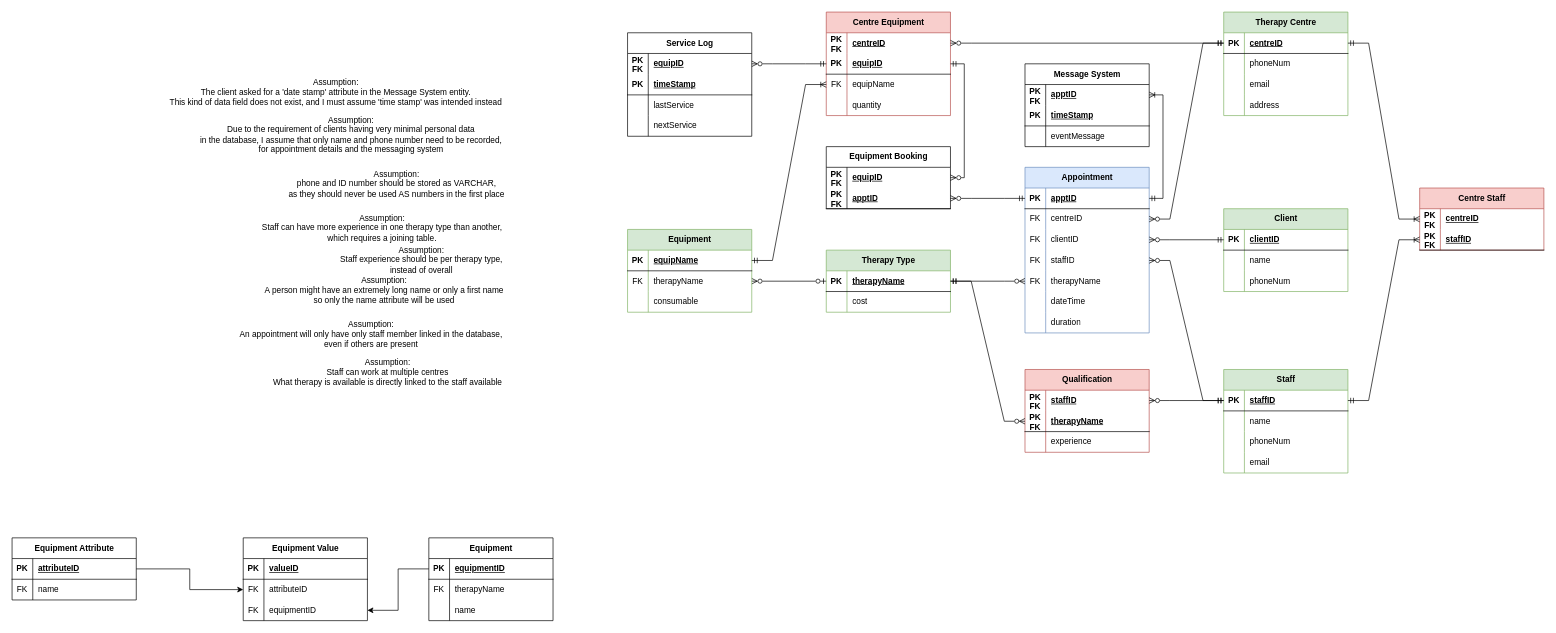
This is Task3a.drawio from Cowsox/Cowsox, a draw.io file, before an edit. Source tidied: cells renumbered, new cells numbered last; positions are measured from the earlier drawing's top-left corner, leaving out a move shared by most shapes. Both pictures are drawn from the tidied source at 69%, with x=0, y=0 at pixel (12, 12).
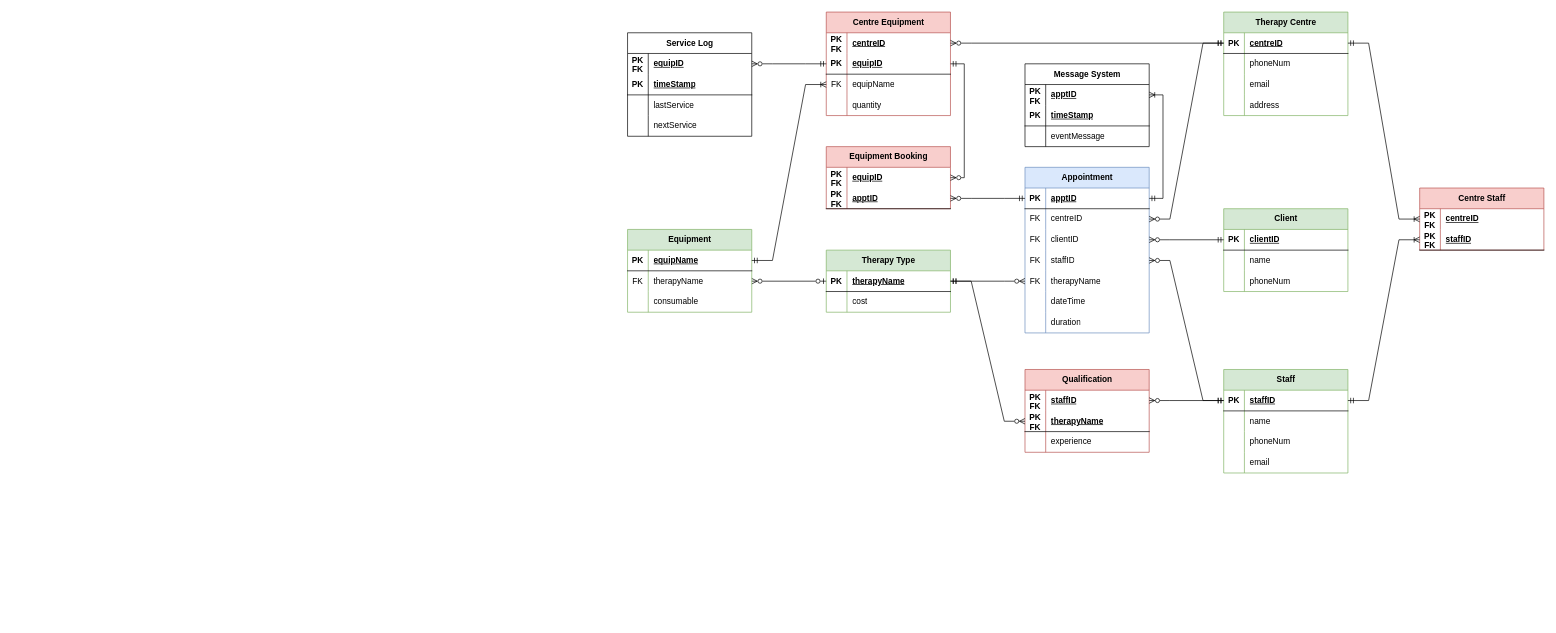
Above is the later version.

Diff of the diagram source:
```diff
@@
-    <mxCell id="131" value="&lt;div&gt;Assumption:&lt;/div&gt;&lt;div&gt;An appointment will only have only staff member linked in the database,&lt;/div&gt;&lt;div&gt;even if others are present&lt;br&gt;&lt;/div&gt;" style="text;html=1;align=center;verticalAlign=middle;strokeColor=none;fillColor=none;" parent="1" vertex="1">
-      <mxGeometry x="321" y="439" width="398" height="55" as="geometry" />
-    </mxCell>
-    <mxCell id="132" value="&lt;div&gt;Assumption:&lt;/div&gt;&lt;div&gt;Staff can have more experience in one therapy type than another,&lt;/div&gt;&lt;div&gt;which requires a joining table.&lt;br&gt;&lt;/div&gt;" style="text;html=1;align=center;verticalAlign=middle;strokeColor=none;fillColor=none;" parent="1" vertex="1">
-      <mxGeometry x="353" y="285" width="366" height="55" as="geometry" />
-    </mxCell>
-    <mxCell id="133" value="&lt;div&gt;Assumption:&lt;/div&gt;&lt;div&gt;Staff can work at multiple centres&lt;/div&gt;&lt;div&gt;What therapy is available is directly linked to the staff available&lt;br&gt;&lt;/div&gt;" style="text;html=1;align=center;verticalAlign=middle;strokeColor=none;fillColor=none;" parent="1" vertex="1">
-      <mxGeometry x="369" y="494" width="350" height="55" as="geometry" />
-    </mxCell>
-    <mxCell id="134" value="Equipment" style="shape=table;startSize=30;childLayout=tableLayout;rowLines=0;fontStyle=1;align=center;html=1;" parent="1" vertex="1">
-      <mxGeometry x="604" y="762" width="180" height="120" as="geometry" />
-    </mxCell>
-    <mxCell id="135" style="shape=tableRow;horizontal=0;startSize=0;swimlaneHead=0;swimlaneBody=0;fillColor=none;points=[[0,0.5],[1,0.5]];portConstraint=eastwest;top=0;left=0;right=0;bottom=1;" parent="134" vertex="1">
-      <mxGeometry y="30" width="180" height="30" as="geometry" />
-    </mxCell>
-    <mxCell id="136" value="PK" style="shape=partialRectangle;fillColor=none;top=0;left=0;bottom=0;right=0;fontStyle=1;overflow=hidden;whiteSpace=wrap;html=1;" parent="135" vertex="1">
-      <mxGeometry width="30" height="30" as="geometry" />
-    </mxCell>
-    <mxCell id="137" value="equipmentID" style="shape=partialRectangle;fillColor=none;top=0;left=0;bottom=0;right=0;align=left;spacingLeft=6;fontStyle=5;overflow=hidden;whiteSpace=wrap;html=1;" parent="135" vertex="1">
-      <mxGeometry x="30" width="150" height="30" as="geometry" />
-    </mxCell>
-    <mxCell id="138" style="shape=tableRow;horizontal=0;startSize=0;swimlaneHead=0;swimlaneBody=0;fillColor=none;top=0;left=0;right=0;bottom=0;" parent="134" vertex="1">
-      <mxGeometry y="60" width="180" height="30" as="geometry" />
-    </mxCell>
-    <mxCell id="139" value="FK" style="shape=partialRectangle;fillColor=none;top=0;left=0;bottom=0;right=0;overflow=hidden;whiteSpace=wrap;html=1;" parent="138" vertex="1">
-      <mxGeometry width="30" height="30" as="geometry" />
-    </mxCell>
-    <mxCell id="140" value="therapyName" style="shape=partialRectangle;fillColor=none;top=0;left=0;bottom=0;right=0;align=left;spacingLeft=6;overflow=hidden;whiteSpace=wrap;html=1;" parent="138" vertex="1">
-      <mxGeometry x="30" width="150" height="30" as="geometry" />
-    </mxCell>
-    <mxCell id="141" style="shape=tableRow;horizontal=0;startSize=0;swimlaneHead=0;swimlaneBody=0;fillColor=none;top=0;left=0;right=0;bottom=0;" parent="134" vertex="1">
-      <mxGeometry y="90" width="180" height="30" as="geometry" />
-    </mxCell>
-    <mxCell id="142" style="shape=partialRectangle;fillColor=none;top=0;left=0;bottom=0;right=0;overflow=hidden;whiteSpace=wrap;html=1;" parent="141" vertex="1">
-      <mxGeometry width="30" height="30" as="geometry" />
-    </mxCell>
-    <mxCell id="143" value="name" style="shape=partialRectangle;fillColor=none;top=0;left=0;bottom=0;right=0;align=left;spacingLeft=6;overflow=hidden;whiteSpace=wrap;html=1;" parent="141" vertex="1">
-      <mxGeometry x="30" width="150" height="30" as="geometry" />
-    </mxCell>
-    <mxCell id="144" value="Equipment Value" style="shape=table;startSize=30;childLayout=tableLayout;rowLines=0;fontStyle=1;align=center;html=1;" parent="1" vertex="1">
-      <mxGeometry x="335" y="762" width="180" height="120" as="geometry" />
-    </mxCell>
-    <mxCell id="145" style="shape=tableRow;horizontal=0;startSize=0;swimlaneHead=0;swimlaneBody=0;fillColor=none;top=0;left=0;right=0;bottom=1;" parent="144" vertex="1">
-      <mxGeometry y="30" width="180" height="30" as="geometry" />
-    </mxCell>
-    <mxCell id="146" value="PK" style="shape=partialRectangle;fillColor=none;top=0;left=0;bottom=0;right=0;fontStyle=1;overflow=hidden;whiteSpace=wrap;html=1;" parent="145" vertex="1">
-      <mxGeometry width="30" height="30" as="geometry" />
-    </mxCell>
-    <mxCell id="147" value="valueID" style="shape=partialRectangle;fillColor=none;top=0;left=0;bottom=0;right=0;align=left;spacingLeft=6;fontStyle=5;overflow=hidden;whiteSpace=wrap;html=1;" parent="145" vertex="1">
-      <mxGeometry x="30" width="150" height="30" as="geometry" />
-    </mxCell>
-    <mxCell id="148" style="shape=tableRow;horizontal=0;startSize=0;swimlaneHead=0;swimlaneBody=0;fillColor=none;points=[[0,0.5],[1,0.5]];portConstraint=eastwest;top=0;left=0;right=0;bottom=0;" parent="144" vertex="1">
-      <mxGeometry y="60" width="180" height="30" as="geometry" />
-    </mxCell>
-    <mxCell id="149" value="FK" style="shape=partialRectangle;fillColor=none;top=0;left=0;bottom=0;right=0;overflow=hidden;whiteSpace=wrap;html=1;" parent="148" vertex="1">
-      <mxGeometry width="30" height="30" as="geometry" />
-    </mxCell>
-    <mxCell id="150" value="attributeID" style="shape=partialRectangle;fillColor=none;top=0;left=0;bottom=0;right=0;align=left;spacingLeft=6;overflow=hidden;whiteSpace=wrap;html=1;" parent="148" vertex="1">
-      <mxGeometry x="30" width="150" height="30" as="geometry" />
-    </mxCell>
-    <mxCell id="151" style="shape=tableRow;horizontal=0;startSize=0;swimlaneHead=0;swimlaneBody=0;fillColor=none;points=[[0,0.5],[1,0.5]];portConstraint=eastwest;top=0;left=0;right=0;bottom=0;" parent="144" vertex="1">
-      <mxGeometry y="90" width="180" height="30" as="geometry" />
-    </mxCell>
-    <mxCell id="152" value="FK" style="shape=partialRectangle;fillColor=none;top=0;left=0;bottom=0;right=0;overflow=hidden;whiteSpace=wrap;html=1;" parent="151" vertex="1">
-      <mxGeometry width="30" height="30" as="geometry" />
-    </mxCell>
-    <mxCell id="153" value="equipmentID" style="shape=partialRectangle;fillColor=none;top=0;left=0;bottom=0;right=0;align=left;spacingLeft=6;overflow=hidden;whiteSpace=wrap;html=1;" parent="151" vertex="1">
-      <mxGeometry x="30" width="150" height="30" as="geometry" />
-    </mxCell>
-    <mxCell id="154" value="Equipment Attribute" style="shape=table;startSize=30;childLayout=tableLayout;rowLines=0;fontStyle=1;align=center;html=1;" parent="1" vertex="1">
-      <mxGeometry y="762" width="180" height="90" as="geometry" />
-    </mxCell>
-    <mxCell id="155" style="shape=tableRow;horizontal=0;startSize=0;swimlaneHead=0;swimlaneBody=0;fillColor=none;points=[[0,0.5],[1,0.5]];portConstraint=eastwest;top=0;left=0;right=0;bottom=1;" parent="154" vertex="1">
-      <mxGeometry y="30" width="180" height="30" as="geometry" />
-    </mxCell>
-    <mxCell id="156" value="PK" style="shape=partialRectangle;fillColor=none;top=0;left=0;bottom=0;right=0;fontStyle=1;overflow=hidden;whiteSpace=wrap;html=1;" parent="155" vertex="1">
-      <mxGeometry width="30" height="30" as="geometry" />
-    </mxCell>
-    <mxCell id="157" value="attributeID" style="shape=partialRectangle;fillColor=none;top=0;left=0;bottom=0;right=0;align=left;spacingLeft=6;fontStyle=5;overflow=hidden;whiteSpace=wrap;html=1;" parent="155" vertex="1">
-      <mxGeometry x="30" width="150" height="30" as="geometry" />
-    </mxCell>
-    <mxCell id="158" style="shape=tableRow;horizontal=0;startSize=0;swimlaneHead=0;swimlaneBody=0;fillColor=none;top=0;left=0;right=0;bottom=0;" parent="154" vertex="1">
-      <mxGeometry y="60" width="180" height="30" as="geometry" />
-    </mxCell>
-    <mxCell id="159" value="FK" style="shape=partialRectangle;fillColor=none;top=0;left=0;bottom=0;right=0;overflow=hidden;whiteSpace=wrap;html=1;" parent="158" vertex="1">
-      <mxGeometry width="30" height="30" as="geometry" />
-    </mxCell>
-    <mxCell id="160" value="name" style="shape=partialRectangle;fillColor=none;top=0;left=0;bottom=0;right=0;align=left;spacingLeft=6;overflow=hidden;whiteSpace=wrap;html=1;" parent="158" vertex="1">
-      <mxGeometry x="30" width="150" height="30" as="geometry" />
-    </mxCell>
-    <mxCell id="161" style="edgeStyle=orthogonalEdgeStyle;rounded=0;jettySize=auto;html=1;exitX=1;exitY=0.5;exitDx=0;exitDy=0;entryX=0;entryY=0.5;entryDx=0;entryDy=0;" parent="1" edge="1" source="155" target="148">
-      <mxGeometry relative="1" as="geometry" />
-    </mxCell>
-    <mxCell id="162" style="edgeStyle=orthogonalEdgeStyle;rounded=0;jettySize=auto;html=1;exitX=0;exitY=0.5;exitDx=0;exitDy=0;entryX=1;entryY=0.5;entryDx=0;entryDy=0;" parent="1" edge="1" source="135" target="151">
-      <mxGeometry relative="1" as="geometry" />
-    </mxCell>
-    <mxCell id="163" value="Assumption:&lt;div&gt;Staff experience should be per therapy type,&lt;/div&gt;&lt;div&gt;instead of overall&lt;/div&gt;" style="text;html=1;align=center;verticalAlign=middle;strokeColor=none;fillColor=none;" parent="1" vertex="1">
-      <mxGeometry x="466" y="331" width="253" height="55" as="geometry" />
-    </mxCell>
@@
-    <mxCell id="174" value="Assumption:&lt;div&gt;The client asked for a 'date stamp' attribute in the Message System entity.&lt;/div&gt;&lt;div&gt;This kind of data field does not exist, and I must assume 'time stamp' was intended instead&lt;/div&gt;" style="text;html=1;align=center;verticalAlign=middle;strokeColor=none;fillColor=none;" parent="1" vertex="1">
-      <mxGeometry x="219" y="88" width="500" height="55" as="geometry" />
-    </mxCell>
-    <mxCell id="175" value="Assumption:&lt;div&gt;Due to the requirement of clients having very minimal personal data&lt;/div&gt;&lt;div&gt;in the database, I assume that only name and phone number need to be recorded,&lt;/div&gt;&lt;div&gt;for appointment details and the messaging system&lt;/div&gt;" style="text;html=1;align=center;verticalAlign=middle;strokeColor=none;fillColor=none;" parent="1" vertex="1">
-      <mxGeometry x="263" y="143" width="456" height="70" as="geometry" />
-    </mxCell>
-    <mxCell id="176" value="Assumption:&lt;div&gt;phone and ID number should be stored as VARCHAR,&lt;/div&gt;&lt;div&gt;as they should never be used AS numbers in the first place&lt;/div&gt;" style="text;html=1;align=center;verticalAlign=middle;strokeColor=none;fillColor=none;" parent="1" vertex="1">
-      <mxGeometry x="395" y="213" width="324" height="72" as="geometry" />
-    </mxCell>
-    <mxCell id="177" value="Assumption:&lt;div&gt;A person might have an extremely long name or only a first name&lt;/div&gt;&lt;div&gt;so only the name attribute will be used&lt;/div&gt;" style="text;html=1;align=center;verticalAlign=middle;strokeColor=none;fillColor=none;" parent="1" vertex="1">
-      <mxGeometry x="359" y="367" width="360" height="72" as="geometry" />
-    </mxCell>
@@
-    <mxCell id="180" value="Equipment Booking" style="shape=table;startSize=30;childLayout=tableLayout;rowLines=0;fontStyle=1;align=center;html=1;" parent="1" vertex="1">
+    <mxCell id="180" value="Equipment Booking" style="shape=table;startSize=30;childLayout=tableLayout;rowLines=0;fontStyle=1;align=center;html=1;fillColor=#f8cecc;strokeColor=#b85450;" parent="1" vertex="1">
       <mxGeometry x="1180" y="195" width="180" height="90" as="geometry" />
     </mxCell>
```
